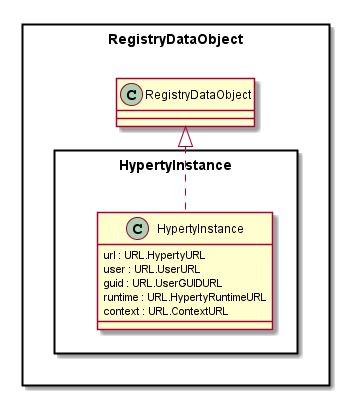
Above: docs/datamodel/Hyperty-Instance-Data-Object-Model.png in reTHINK-project/dev-service-framework (PlantUML), before the change.
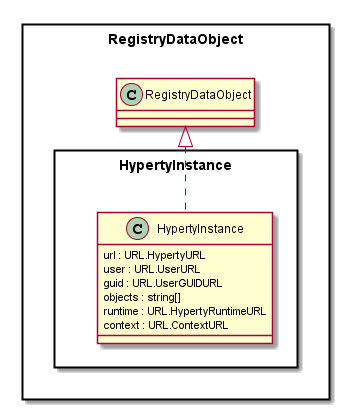
The same diagram one commit later.

Commit message:
Data model update to Registry-Data-Object and to Hyperty-Instance-Data-Object-Model to improve keep alive of registry objects and Hyperty search per object url scheme

Change to the diagram source:
```diff
@@ -10,6 +10,7 @@
 		url : URL.HypertyURL
 		user : URL.UserURL
 		guid : URL.UserGUIDURL
+		objects : string[]
 		runtime : URL.HypertyRuntimeURL
 		context : URL.ContextURL
 	}
```
